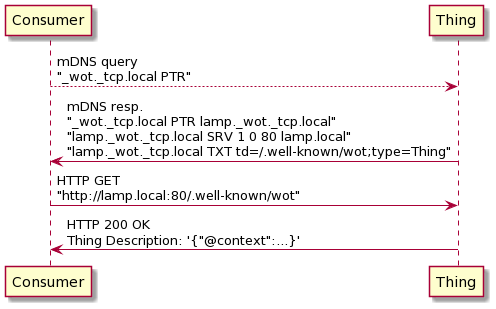
Earlier version of the PlantUML export images/sequence-dnssd-thing.png (w3c/wot-discovery).
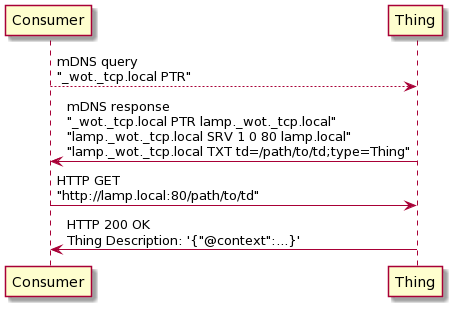
The same diagram one commit later.

Commit message:
update sequence diagrams and IANA consideration text

Diff of the diagram source:
```diff
@@ -5,7 +5,7 @@
 participant "Thing" as Thing
 
 Consumer --> Thing : mDNS query\n"_wot._tcp.local PTR"
-Thing ->  Consumer : mDNS resp.\n"_wot._tcp.local PTR lamp._wot._tcp.local"\n"lamp._wot._tcp.local SRV 1 0 80 lamp.local"\n"lamp._wot._tcp.local TXT td=/.well-known/wot;type=Thing"
-Consumer -> Thing  : HTTP GET\n"http://lamp.local:80/.well-known/wot"
+Thing ->  Consumer : mDNS response\n"_wot._tcp.local PTR lamp._wot._tcp.local"\n"lamp._wot._tcp.local SRV 1 0 80 lamp.local"\n"lamp._wot._tcp.local TXT td=/path/to/td;type=Thing"
+Consumer -> Thing  : HTTP GET\n"http://lamp.local:80/path/to/td"
 Thing ->  Consumer : HTTP 200 OK\nThing Description: '{"@context":...}'
 @enduml
```
